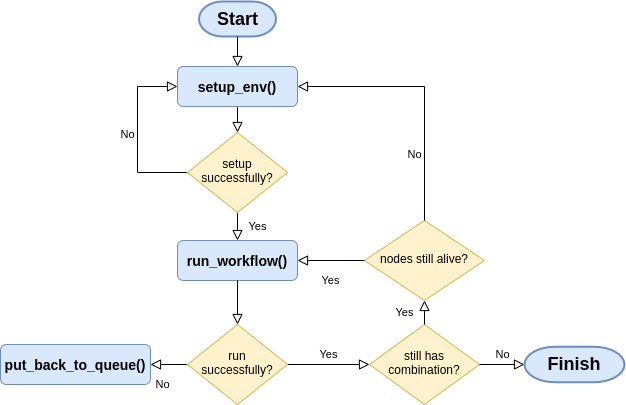
Before: images/experiment_flowchart.png, a diagram exported from draw.io (ntlinh16/cloudal). Source tidied: cells renumbered, new cells last; positions are measured from the earlier drawing's top-left corner, leaving out a move shared by most shapes.
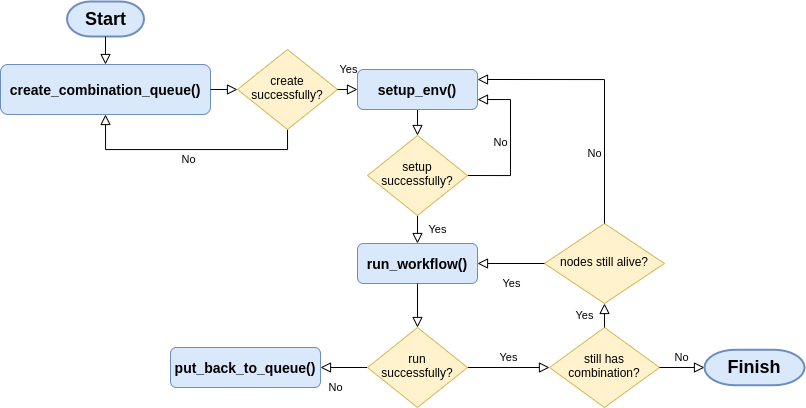
After the change.

Commit message:
doc: update experiment flowchart

Diff of the diagram source:
```diff
@@ -1,71 +1,91 @@
 <mxGraphModel>
   <root>
-    <mxCell id="0" />
-    <mxCell id="1" parent="0" />
+    <mxCell id="22" />
+    <mxCell id="23" parent="22" />
-    <mxCell id="2" style="rounded=0;html=1;jettySize=auto;fontSize=11;endArrow=block;endFill=0;endSize=8;strokeWidth=1;shadow=0;labelBackgroundColor=none;" parent="1" edge="1" source="3" target="6">
+    <mxCell id="2" style="rounded=0;html=1;jettySize=auto;fontSize=11;endArrow=block;endFill=0;endSize=8;strokeWidth=1;shadow=0;labelBackgroundColor=none;" parent="23" edge="1" source="3" target="6">
       <mxGeometry relative="1" as="geometry" />
     </mxCell>
-    <mxCell id="3" value="&lt;font style=&quot;font-size: 14px&quot;&gt;&lt;b&gt;setup_env()&lt;/b&gt;&lt;/font&gt;" style="rounded=1;whiteSpace=wrap;html=1;fontSize=12;glass=0;strokeWidth=1;shadow=0;fillColor=#dae8fc;strokeColor=#6c8ebf;" parent="1" vertex="1">
+    <mxCell id="3" value="&lt;font style=&quot;font-size: 14px&quot;&gt;&lt;b&gt;setup_env()&lt;/b&gt;&lt;/font&gt;" style="rounded=1;whiteSpace=wrap;html=1;fontSize=12;glass=0;strokeWidth=1;shadow=0;fillColor=#dae8fc;strokeColor=#6c8ebf;" parent="23" vertex="1">
       <mxGeometry x="177" y="65" width="120" height="40" as="geometry" />
     </mxCell>
-    <mxCell id="4" value="Yes" style="rounded=0;html=1;jettySize=auto;fontSize=11;endArrow=block;endFill=0;endSize=8;strokeWidth=1;shadow=0;labelBackgroundColor=none;entryX=0.5;entryY=0;entryDx=0;entryDy=0;" parent="1" edge="1" source="6" target="11">
+    <mxCell id="4" value="Yes" style="rounded=0;html=1;jettySize=auto;fontSize=11;endArrow=block;endFill=0;endSize=8;strokeWidth=1;shadow=0;labelBackgroundColor=none;entryX=0.5;entryY=0;entryDx=0;entryDy=0;" parent="23" edge="1" source="6" target="11">
       <mxGeometry y="20" relative="1" as="geometry" />
     </mxCell>
-    <mxCell id="5" value="No" style="edgeStyle=orthogonalEdgeStyle;rounded=0;html=1;jettySize=auto;fontSize=11;endArrow=block;endFill=0;endSize=8;strokeWidth=1;shadow=0;labelBackgroundColor=none;entryX=0;entryY=0.5;entryDx=0;entryDy=0;exitX=0;exitY=0.5;exitDx=0;exitDy=0;" parent="1" edge="1" source="6" target="3">
+    <mxCell id="5" value="No" style="edgeStyle=orthogonalEdgeStyle;rounded=0;html=1;jettySize=auto;fontSize=11;endArrow=block;endFill=0;endSize=8;strokeWidth=1;shadow=0;labelBackgroundColor=none;entryX=1;entryY=0.75;entryDx=0;entryDy=0;exitX=1;exitY=0.5;exitDx=0;exitDy=0;" parent="23" edge="1" source="6" target="3">
       <mxGeometry y="10" relative="1" as="geometry">
         <Array as="points">
-          <mxPoint x="137" y="171" />
-          <mxPoint x="137" y="85" />
+          <mxPoint x="330" y="171" />
+          <mxPoint x="330" y="95" />
         </Array>
       </mxGeometry>
     </mxCell>
-    <mxCell id="6" value="setup&lt;br&gt;successfully?" style="rhombus;whiteSpace=wrap;html=1;shadow=0;fontFamily=Helvetica;fontSize=12;align=center;strokeWidth=1;spacing=6;spacingTop=-4;fillColor=#fff2cc;strokeColor=#d6b656;" parent="1" vertex="1">
+    <mxCell id="6" value="setup&lt;br&gt;successfully?" style="rhombus;whiteSpace=wrap;html=1;shadow=0;fontFamily=Helvetica;fontSize=12;align=center;strokeWidth=1;spacing=6;spacingTop=-4;fillColor=#fff2cc;strokeColor=#d6b656;" parent="23" vertex="1">
       <mxGeometry x="187" y="131" width="100" height="80" as="geometry" />
     </mxCell>
-    <mxCell id="7" value="No" style="rounded=0;html=1;jettySize=auto;fontSize=11;endArrow=block;endFill=0;endSize=8;strokeWidth=1;shadow=0;labelBackgroundColor=none;" parent="1" edge="1" source="9" target="10">
+    <mxCell id="7" value="No" style="rounded=0;html=1;jettySize=auto;fontSize=11;endArrow=block;endFill=0;endSize=8;strokeWidth=1;shadow=0;labelBackgroundColor=none;" parent="23" edge="1" source="9" target="10">
       <mxGeometry x="0.33" y="20" relative="1" as="geometry" />
     </mxCell>
-    <mxCell id="8" value="Yes" style="rounded=0;html=1;jettySize=auto;fontSize=11;endArrow=block;endFill=0;endSize=8;strokeWidth=1;shadow=0;labelBackgroundColor=none;entryX=0;entryY=0.5;entryDx=0;entryDy=0;" parent="1" edge="1" source="9" target="12">
+    <mxCell id="8" value="Yes" style="rounded=0;html=1;jettySize=auto;fontSize=11;endArrow=block;endFill=0;endSize=8;strokeWidth=1;shadow=0;labelBackgroundColor=none;entryX=0;entryY=0.5;entryDx=0;entryDy=0;" parent="23" edge="1" source="9" target="12">
       <mxGeometry y="10" relative="1" as="geometry" />
     </mxCell>
-    <mxCell id="9" value="run successfully?" style="rhombus;whiteSpace=wrap;html=1;shadow=0;fontFamily=Helvetica;fontSize=12;align=center;strokeWidth=1;spacing=6;spacingTop=-4;fillColor=#fff2cc;strokeColor=#d6b656;" parent="1" vertex="1">
+    <mxCell id="9" value="run successfully?" style="rhombus;whiteSpace=wrap;html=1;shadow=0;fontFamily=Helvetica;fontSize=12;align=center;strokeWidth=1;spacing=6;spacingTop=-4;fillColor=#fff2cc;strokeColor=#d6b656;" parent="23" vertex="1">
       <mxGeometry x="187" y="323" width="100" height="80" as="geometry" />
     </mxCell>
-    <mxCell id="10" value="&lt;font style=&quot;font-size: 14px&quot;&gt;&lt;b&gt;put_back_to_queue()&lt;/b&gt;&lt;/font&gt;" style="rounded=1;whiteSpace=wrap;html=1;fontSize=12;glass=0;strokeWidth=1;shadow=0;fillColor=#dae8fc;strokeColor=#6c8ebf;" parent="1" vertex="1">
-      <mxGeometry y="343" width="150" height="40" as="geometry" />
+    <mxCell id="10" value="&lt;font style=&quot;font-size: 14px&quot;&gt;&lt;b&gt;put_back_to_queue()&lt;/b&gt;&lt;/font&gt;" style="rounded=1;whiteSpace=wrap;html=1;fontSize=12;glass=0;strokeWidth=1;shadow=0;fillColor=#dae8fc;strokeColor=#6c8ebf;" parent="23" vertex="1">
+      <mxGeometry x="-10" y="343" width="150" height="40" as="geometry" />
     </mxCell>
-    <mxCell id="11" value="&lt;font style=&quot;font-size: 14px&quot;&gt;&lt;b&gt;run_workflow()&lt;/b&gt;&lt;/font&gt;" style="rounded=1;whiteSpace=wrap;html=1;fontSize=12;glass=0;strokeWidth=1;shadow=0;fillColor=#dae8fc;strokeColor=#6c8ebf;" parent="1" vertex="1">
+    <mxCell id="11" value="&lt;font style=&quot;font-size: 14px&quot;&gt;&lt;b&gt;run_workflow()&lt;/b&gt;&lt;/font&gt;" style="rounded=1;whiteSpace=wrap;html=1;fontSize=12;glass=0;strokeWidth=1;shadow=0;fillColor=#dae8fc;strokeColor=#6c8ebf;" parent="23" vertex="1">
       <mxGeometry x="177" y="239" width="120" height="40" as="geometry" />
     </mxCell>
-    <mxCell id="12" value="still has combination?" style="rhombus;whiteSpace=wrap;html=1;shadow=0;fontFamily=Helvetica;fontSize=12;align=center;strokeWidth=1;spacing=6;spacingTop=-4;fillColor=#fff2cc;strokeColor=#d6b656;" parent="1" vertex="1">
+    <mxCell id="12" value="still has combination?" style="rhombus;whiteSpace=wrap;html=1;shadow=0;fontFamily=Helvetica;fontSize=12;align=center;strokeWidth=1;spacing=6;spacingTop=-4;fillColor=#fff2cc;strokeColor=#d6b656;" parent="23" vertex="1">
       <mxGeometry x="369" y="323" width="110" height="80" as="geometry" />
     </mxCell>
-    <mxCell id="13" value="Yes" style="rounded=0;html=1;jettySize=auto;fontSize=11;endArrow=block;endFill=0;endSize=8;strokeWidth=1;shadow=0;labelBackgroundColor=none;exitX=0.5;exitY=0;exitDx=0;exitDy=0;entryX=0.5;entryY=1;entryDx=0;entryDy=0;" parent="1" edge="1" source="12" target="15">
+    <mxCell id="13" value="Yes" style="rounded=0;html=1;jettySize=auto;fontSize=11;endArrow=block;endFill=0;endSize=8;strokeWidth=1;shadow=0;labelBackgroundColor=none;exitX=0.5;exitY=0;exitDx=0;exitDy=0;entryX=0.5;entryY=1;entryDx=0;entryDy=0;" parent="23" edge="1" source="12" target="15">
       <mxGeometry y="20" relative="1" as="geometry" />
     </mxCell>
-    <mxCell id="14" value="No" style="rounded=0;html=1;jettySize=auto;fontSize=11;endArrow=block;endFill=0;endSize=8;strokeWidth=1;shadow=0;labelBackgroundColor=none;entryX=0;entryY=0.5;entryDx=0;entryDy=0;entryPerimeter=0;" parent="1" edge="1" source="12" target="21">
+    <mxCell id="14" value="No" style="rounded=0;html=1;jettySize=auto;fontSize=11;endArrow=block;endFill=0;endSize=8;strokeWidth=1;shadow=0;labelBackgroundColor=none;entryX=0;entryY=0.5;entryDx=0;entryDy=0;entryPerimeter=0;" parent="23" edge="1" source="12" target="21">
       <mxGeometry y="10" relative="1" as="geometry" />
     </mxCell>
-    <mxCell id="15" value="nodes still alive?" style="rhombus;whiteSpace=wrap;html=1;shadow=0;fontFamily=Helvetica;fontSize=12;align=center;strokeWidth=1;spacing=6;spacingTop=-4;fillColor=#fff2cc;strokeColor=#d6b656;" parent="1" vertex="1">
+    <mxCell id="15" value="nodes still alive?" style="rhombus;whiteSpace=wrap;html=1;shadow=0;fontFamily=Helvetica;fontSize=12;align=center;strokeWidth=1;spacing=6;spacingTop=-4;fillColor=#fff2cc;strokeColor=#d6b656;" parent="23" vertex="1">
       <mxGeometry x="364" y="219" width="120" height="80" as="geometry" />
     </mxCell>
-    <mxCell id="16" value="Yes" style="rounded=0;html=1;jettySize=auto;fontSize=11;endArrow=block;endFill=0;endSize=8;strokeWidth=1;shadow=0;labelBackgroundColor=none;entryX=1;entryY=0.5;entryDx=0;entryDy=0;exitX=0;exitY=0.5;exitDx=0;exitDy=0;" parent="1" edge="1" source="15" target="11">
+    <mxCell id="16" value="Yes" style="rounded=0;html=1;jettySize=auto;fontSize=11;endArrow=block;endFill=0;endSize=8;strokeWidth=1;shadow=0;labelBackgroundColor=none;entryX=1;entryY=0.5;entryDx=0;entryDy=0;exitX=0;exitY=0.5;exitDx=0;exitDy=0;" parent="23" edge="1" source="15" target="11">
       <mxGeometry y="20" relative="1" as="geometry" />
     </mxCell>
-    <mxCell id="17" value="&amp;nbsp; &amp;nbsp; &amp;nbsp; &amp;nbsp; &amp;nbsp; &amp;nbsp; &amp;nbsp; &amp;nbsp;&lt;br&gt;&lt;br&gt;&lt;br&gt;&lt;br&gt;&lt;br&gt;&lt;br&gt;&lt;br&gt;&lt;br&gt;&lt;br&gt;&lt;br&gt;No" style="rounded=0;html=1;jettySize=auto;fontSize=11;endArrow=block;endFill=0;endSize=8;strokeWidth=1;shadow=0;labelBackgroundColor=none;entryX=1;entryY=0.5;entryDx=0;entryDy=0;exitX=0.5;exitY=0;exitDx=0;exitDy=0;comic=0;edgeStyle=orthogonalEdgeStyle;" parent="1" edge="1" source="15" target="3">
+    <mxCell id="17" value="&amp;nbsp; &amp;nbsp; &amp;nbsp; &amp;nbsp; &amp;nbsp; &amp;nbsp; &amp;nbsp; &amp;nbsp;&lt;br&gt;&lt;br&gt;&lt;br&gt;&lt;br&gt;&lt;br&gt;&lt;br&gt;&lt;br&gt;&lt;br&gt;&lt;br&gt;&lt;br&gt;No" style="rounded=0;html=1;jettySize=auto;fontSize=11;endArrow=block;endFill=0;endSize=8;strokeWidth=1;shadow=0;labelBackgroundColor=none;entryX=1;entryY=0.25;entryDx=0;entryDy=0;exitX=0.5;exitY=0;exitDx=0;exitDy=0;comic=0;edgeStyle=orthogonalEdgeStyle;" parent="23" edge="1" source="15" target="3">
       <mxGeometry y="10" relative="1" as="geometry" />
     </mxCell>
-    <mxCell id="18" style="rounded=0;html=1;jettySize=auto;fontSize=11;endArrow=block;endFill=0;endSize=8;strokeWidth=1;shadow=0;labelBackgroundColor=none;exitX=0.5;exitY=1;exitDx=0;exitDy=0;" parent="1" edge="1" source="11" target="9">
+    <mxCell id="18" style="rounded=0;html=1;jettySize=auto;fontSize=11;endArrow=block;endFill=0;endSize=8;strokeWidth=1;shadow=0;labelBackgroundColor=none;exitX=0.5;exitY=1;exitDx=0;exitDy=0;" parent="23" edge="1" source="11" target="9">
       <mxGeometry relative="1" as="geometry" />
     </mxCell>
-    <mxCell id="19" value="&lt;b&gt;&lt;font style=&quot;font-size: 18px&quot;&gt;Start&lt;/font&gt;&lt;/b&gt;" style="strokeWidth=2;html=1;shape=mxgraph.flowchart.terminator;whiteSpace=wrap;fillColor=#dae8fc;strokeColor=#6c8ebf;" parent="1" vertex="1">
-      <mxGeometry x="198.5" width="77" height="35" as="geometry" />
+    <mxCell id="19" value="&lt;b&gt;&lt;font style=&quot;font-size: 18px&quot;&gt;Start&lt;/font&gt;&lt;/b&gt;" style="strokeWidth=2;html=1;shape=mxgraph.flowchart.terminator;whiteSpace=wrap;fillColor=#dae8fc;strokeColor=#6c8ebf;" parent="23" vertex="1">
+      <mxGeometry x="-113.5" y="-3" width="77" height="35" as="geometry" />
     </mxCell>
-    <mxCell id="20" style="rounded=0;html=1;jettySize=auto;fontSize=11;endArrow=block;endFill=0;endSize=8;strokeWidth=1;shadow=0;labelBackgroundColor=none;exitX=0.5;exitY=1;exitDx=0;exitDy=0;exitPerimeter=0;entryX=0.5;entryY=0;entryDx=0;entryDy=0;" parent="1" edge="1" source="19" target="3">
-      <mxGeometry relative="1" as="geometry" />
-    </mxCell>
+    <mxCell id="24" style="rounded=0;html=1;jettySize=auto;fontSize=11;endArrow=block;endFill=0;endSize=8;strokeWidth=1;shadow=0;labelBackgroundColor=none;exitX=0.5;exitY=1;exitDx=0;exitDy=0;exitPerimeter=0;entryX=0.5;entryY=0;entryDx=0;entryDy=0;" parent="23" edge="1" source="19" target="25">
+      <mxGeometry relative="1" as="geometry" />
+    </mxCell>
-    <mxCell id="21" value="&lt;b&gt;&lt;font style=&quot;font-size: 18px&quot;&gt;Finish&lt;/font&gt;&lt;/b&gt;" style="strokeWidth=2;html=1;shape=mxgraph.flowchart.terminator;whiteSpace=wrap;fillColor=#dae8fc;strokeColor=#6c8ebf;" parent="1" vertex="1">
+    <mxCell id="21" value="&lt;b&gt;&lt;font style=&quot;font-size: 18px&quot;&gt;Finish&lt;/font&gt;&lt;/b&gt;" style="strokeWidth=2;html=1;shape=mxgraph.flowchart.terminator;whiteSpace=wrap;fillColor=#dae8fc;strokeColor=#6c8ebf;" parent="23" vertex="1">
       <mxGeometry x="524" y="345.2" width="100" height="35.5" as="geometry" />
     </mxCell>
+    <mxCell id="25" value="&lt;font style=&quot;font-size: 14px&quot;&gt;&lt;b&gt;create_combination_queue()&lt;br&gt;&lt;/b&gt;&lt;/font&gt;" style="rounded=1;whiteSpace=wrap;html=1;fontSize=12;glass=0;strokeWidth=1;shadow=0;fillColor=#dae8fc;strokeColor=#6c8ebf;" parent="23" vertex="1">
+      <mxGeometry x="-180" y="60" width="210" height="50" as="geometry" />
+    </mxCell>
+    <mxCell id="26" style="rounded=0;html=1;jettySize=auto;fontSize=11;endArrow=block;endFill=0;endSize=8;strokeWidth=1;shadow=0;labelBackgroundColor=none;exitX=1;exitY=0.5;exitDx=0;exitDy=0;" parent="23" edge="1" source="25" target="28">
+      <mxGeometry relative="1" as="geometry" />
+    </mxCell>
+    <mxCell id="27" value="No" style="rounded=0;html=1;jettySize=auto;fontSize=11;endArrow=block;endFill=0;endSize=8;strokeWidth=1;shadow=0;labelBackgroundColor=none;exitX=0.5;exitY=1;exitDx=0;exitDy=0;edgeStyle=orthogonalEdgeStyle;entryX=0.5;entryY=1;entryDx=0;entryDy=0;" parent="23" edge="1" source="28" target="25">
+      <mxGeometry y="10" relative="1" as="geometry">
+        <Array as="points">
+          <mxPoint x="107" y="145" />
+          <mxPoint x="-75" y="145" />
+        </Array>
+      </mxGeometry>
+    </mxCell>
+    <mxCell id="28" value="create&lt;br&gt;successfully?" style="rhombus;whiteSpace=wrap;html=1;shadow=0;fontFamily=Helvetica;fontSize=12;align=center;strokeWidth=1;spacing=6;spacingTop=-4;fillColor=#fff2cc;strokeColor=#d6b656;" parent="23" vertex="1">
+      <mxGeometry x="57" y="45" width="100" height="80" as="geometry" />
+    </mxCell>
+    <mxCell id="29" value="Yes" style="rounded=0;html=1;jettySize=auto;fontSize=11;endArrow=block;endFill=0;endSize=8;strokeWidth=1;shadow=0;labelBackgroundColor=none;entryX=0;entryY=0.5;entryDx=0;entryDy=0;exitX=1;exitY=0.5;exitDx=0;exitDy=0;" parent="23" edge="1" source="28" target="3">
+      <mxGeometry y="20" relative="1" as="geometry" />
+    </mxCell>
   </root>
 </mxGraphModel>
```
